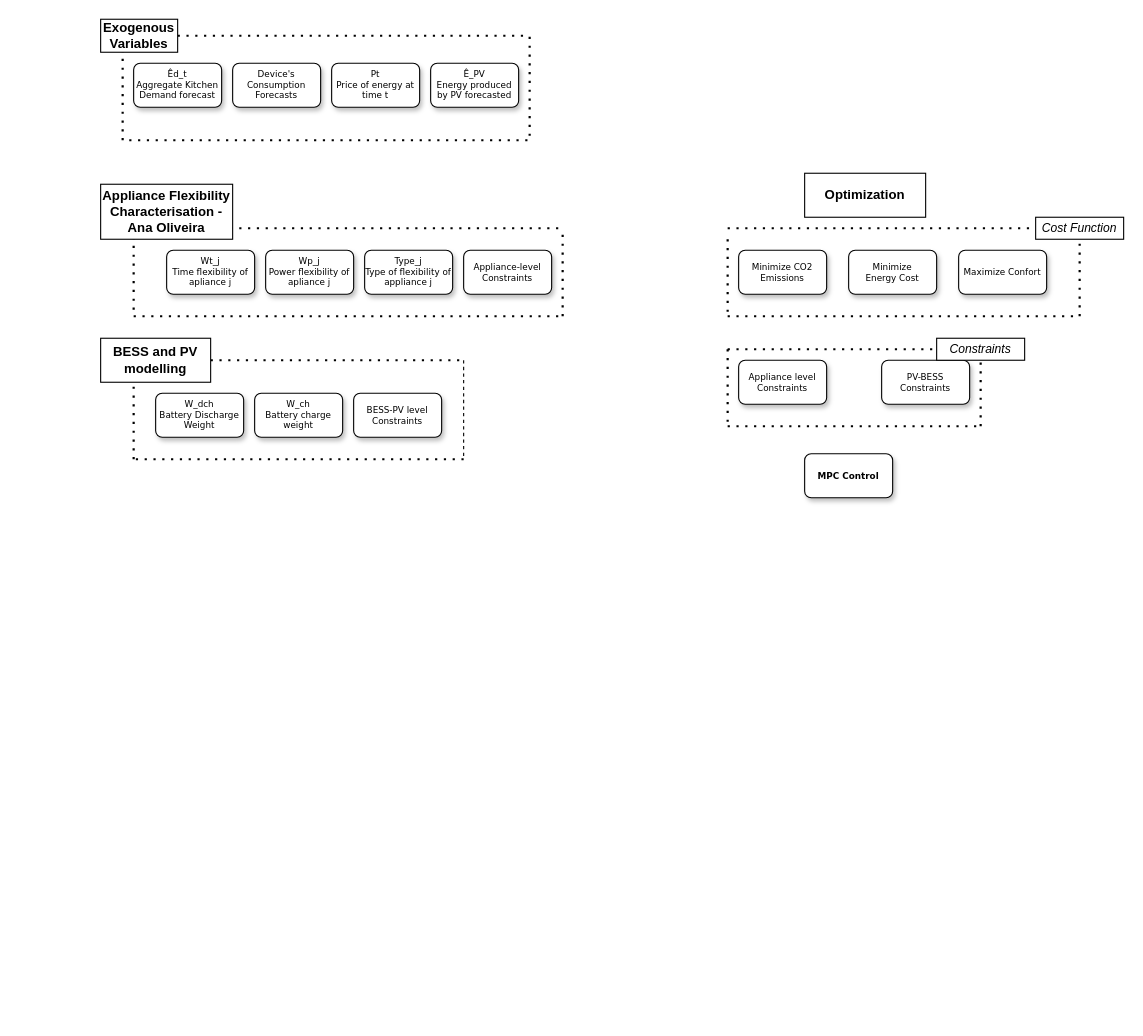
The draw.io diagram pic_methodologie.drawio in luistmartins/thesis_ik, before the edit. Source tidied: cells renumbered, new cells numbered last; positions are measured from the earlier drawing's top-left corner, leaving out a move shared by most shapes. Both pictures are drawn from the tidied source at 110%, with x=0, y=0 at pixel (100, 19).
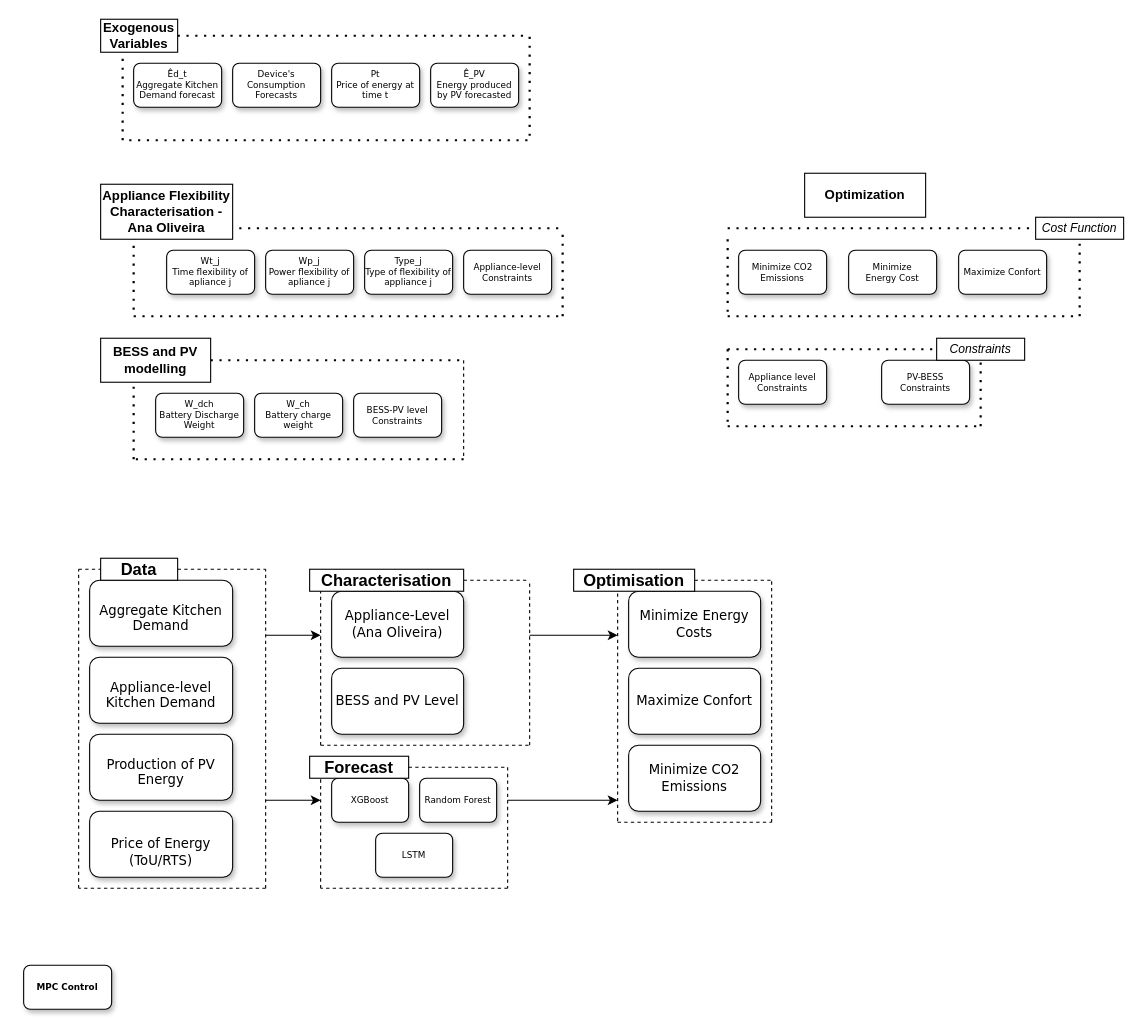
The same page after the edit.

What changed in the source:
```diff
@@
     <mxCell id="41" value="&lt;b&gt;MPC Control&lt;/b&gt;" style="rounded=1;whiteSpace=wrap;html=1;shadow=1;labelBackgroundColor=none;strokeWidth=1;fontFamily=Verdana;fontSize=8;align=center;" parent="1" vertex="1">
-      <mxGeometry x="640" y="395" width="80" height="40" as="geometry" />
+      <mxGeometry x="-70" y="860" width="80" height="40" as="geometry" />
     </mxCell>
@@
+    <mxCell id="45" value="&lt;br&gt;&lt;font style=&quot;font-size: 12px;&quot;&gt;Aggregate Kitchen Demand&lt;/font&gt;" style="rounded=1;whiteSpace=wrap;html=1;shadow=1;labelBackgroundColor=none;strokeWidth=1;fontFamily=Verdana;fontSize=8;align=center;" parent="1" vertex="1">
+      <mxGeometry x="-10" y="510" width="130" height="60" as="geometry" />
+    </mxCell>
+    <mxCell id="46" style="endArrow=none;dashed=1;html=1;rounded=0;" parent="1" edge="1" source="54">
+      <mxGeometry relative="1" as="geometry">
+        <mxPoint x="150" y="500" as="targetPoint" />
+      </mxGeometry>
+    </mxCell>
+    <mxCell id="47" value="&lt;br&gt;&lt;font style=&quot;font-size: 12px;&quot;&gt;Appliance-level Kitchen Demand&lt;/font&gt;" style="rounded=1;whiteSpace=wrap;html=1;shadow=1;labelBackgroundColor=none;strokeWidth=1;fontFamily=Verdana;fontSize=8;align=center;" parent="1" vertex="1">
+      <mxGeometry x="-10" y="580" width="130" height="60" as="geometry" />
+    </mxCell>
+    <mxCell id="48" value="&lt;br&gt;&lt;font style=&quot;font-size: 12px;&quot;&gt;Production of PV Energy&lt;/font&gt;" style="rounded=1;whiteSpace=wrap;html=1;shadow=1;labelBackgroundColor=none;strokeWidth=1;fontFamily=Verdana;fontSize=8;align=center;" parent="1" vertex="1">
+      <mxGeometry x="-10" y="650" width="130" height="60" as="geometry" />
+    </mxCell>
+    <mxCell id="49" value="&lt;font style=&quot;font-size: 12px;&quot;&gt;&lt;br&gt;Price of Energy&lt;/font&gt;&lt;div&gt;&lt;font style=&quot;font-size: 12px;&quot;&gt;(ToU&lt;span style=&quot;background-color: transparent; color: light-dark(rgb(0, 0, 0), rgb(255, 255, 255));&quot;&gt;/RTS)&lt;/span&gt;&lt;/font&gt;&lt;/div&gt;" style="rounded=1;whiteSpace=wrap;html=1;shadow=1;labelBackgroundColor=none;strokeWidth=1;fontFamily=Verdana;fontSize=8;align=center;" parent="1" vertex="1">
+      <mxGeometry x="-10" y="720" width="130" height="60" as="geometry" />
+    </mxCell>
+    <mxCell id="50" style="endArrow=none;dashed=1;html=1;rounded=0;" parent="1" edge="1">
+      <mxGeometry relative="1" as="geometry">
+        <mxPoint x="150" y="790" as="sourcePoint" />
+        <mxPoint x="150" y="500" as="targetPoint" />
+        <Array as="points">
+          <mxPoint x="150" y="640" />
+        </Array>
+      </mxGeometry>
+    </mxCell>
+    <mxCell id="51" style="endArrow=none;dashed=1;html=1;rounded=0;" parent="1" edge="1">
+      <mxGeometry relative="1" as="geometry">
+        <mxPoint x="150" y="790" as="sourcePoint" />
+        <mxPoint x="-20" y="790" as="targetPoint" />
+      </mxGeometry>
+    </mxCell>
+    <mxCell id="52" style="endArrow=none;dashed=1;html=1;rounded=0;" parent="1" edge="1">
+      <mxGeometry relative="1" as="geometry">
+        <mxPoint x="-20" y="790" as="sourcePoint" />
+        <mxPoint x="-20" y="500" as="targetPoint" />
+      </mxGeometry>
+    </mxCell>
+    <mxCell id="53" style="endArrow=none;dashed=1;html=1;rounded=0;" parent="1" edge="1" target="54">
+      <mxGeometry relative="1" as="geometry">
+        <mxPoint x="-20" y="500" as="sourcePoint" />
+      </mxGeometry>
+    </mxCell>
+    <mxCell id="54" value="&lt;font style=&quot;font-size: 15px;&quot;&gt;&lt;b&gt;Data&lt;/b&gt;&lt;/font&gt;" style="whiteSpace=wrap;html=1;" parent="1" vertex="1">
+      <mxGeometry y="490" width="70" height="20" as="geometry" />
+    </mxCell>
+    <mxCell id="55" value="&lt;font style=&quot;font-size: 12px;&quot;&gt;Appliance-Level&lt;/font&gt;&lt;div&gt;&lt;font style=&quot;font-size: 12px;&quot;&gt;(Ana Oliveira)&lt;/font&gt;&lt;/div&gt;" style="whiteSpace=wrap;html=1;fontSize=8;fontFamily=Verdana;rounded=1;shadow=1;labelBackgroundColor=none;strokeWidth=1;" parent="1" vertex="1">
+      <mxGeometry x="210" y="520" width="120" height="60" as="geometry" />
+    </mxCell>
+    <mxCell id="56" style="endArrow=none;dashed=1;html=1;rounded=0;exitX=1;exitY=0.5;exitDx=0;exitDy=0;" parent="1" edge="1" source="60">
+      <mxGeometry relative="1" as="geometry">
+        <mxPoint x="390" y="510" as="targetPoint" />
+      </mxGeometry>
+    </mxCell>
+    <mxCell id="57" style="endArrow=none;dashed=1;html=1;rounded=0;" parent="1" edge="1">
+      <mxGeometry relative="1" as="geometry">
+        <mxPoint x="200" y="660" as="sourcePoint" />
+        <mxPoint x="390" y="660" as="targetPoint" />
+      </mxGeometry>
+    </mxCell>
+    <mxCell id="58" style="endArrow=none;dashed=1;html=1;rounded=0;" parent="1" edge="1">
+      <mxGeometry relative="1" as="geometry">
+        <mxPoint x="390" y="660" as="sourcePoint" />
+        <mxPoint x="390" y="510" as="targetPoint" />
+      </mxGeometry>
+    </mxCell>
+    <mxCell id="59" style="endArrow=none;dashed=1;html=1;rounded=0;" parent="1" edge="1">
+      <mxGeometry relative="1" as="geometry">
+        <mxPoint x="200" y="660" as="sourcePoint" />
+        <mxPoint x="200" y="511" as="targetPoint" />
+      </mxGeometry>
+    </mxCell>
+    <mxCell id="60" value="&lt;font style=&quot;font-size: 15px;&quot;&gt;&lt;b&gt;Characterisation&lt;/b&gt;&lt;/font&gt;" style="whiteSpace=wrap;html=1;" parent="1" vertex="1">
+      <mxGeometry x="190" y="500" width="140" height="20" as="geometry" />
+    </mxCell>
+    <mxCell id="61" value="&lt;font style=&quot;font-size: 12px;&quot;&gt;Minimize Energy Costs&lt;/font&gt;" style="whiteSpace=wrap;html=1;fontSize=8;fontFamily=Verdana;rounded=1;shadow=1;labelBackgroundColor=none;strokeWidth=1;" parent="1" vertex="1">
+      <mxGeometry x="480" y="520" width="120" height="60" as="geometry" />
+    </mxCell>
+    <mxCell id="62" style="endArrow=none;dashed=1;html=1;rounded=0;" parent="1" edge="1">
+      <mxGeometry relative="1" as="geometry">
+        <mxPoint x="470" y="510" as="sourcePoint" />
+        <mxPoint x="470" y="730" as="targetPoint" />
+      </mxGeometry>
+    </mxCell>
+    <mxCell id="63" value="&lt;font style=&quot;font-size: 12px;&quot;&gt;Maximize Confort&lt;/font&gt;" style="whiteSpace=wrap;html=1;fontSize=8;fontFamily=Verdana;rounded=1;shadow=1;labelBackgroundColor=none;strokeWidth=1;" parent="1" vertex="1">
+      <mxGeometry x="480" y="590" width="120" height="60" as="geometry" />
+    </mxCell>
+    <mxCell id="64" value="&lt;font style=&quot;font-size: 12px;&quot;&gt;Minimize CO2 Emissions&lt;/font&gt;" style="whiteSpace=wrap;html=1;fontSize=8;fontFamily=Verdana;rounded=1;shadow=1;labelBackgroundColor=none;strokeWidth=1;" parent="1" vertex="1">
+      <mxGeometry x="480" y="660" width="120" height="60" as="geometry" />
+    </mxCell>
+    <mxCell id="65" style="endArrow=none;dashed=1;html=1;rounded=0;" parent="1" edge="1" source="69">
+      <mxGeometry relative="1" as="geometry">
+        <mxPoint x="610" y="510" as="targetPoint" />
+      </mxGeometry>
+    </mxCell>
+    <mxCell id="66" style="endArrow=none;dashed=1;html=1;rounded=0;" parent="1" edge="1">
+      <mxGeometry relative="1" as="geometry">
+        <mxPoint x="610" y="730" as="sourcePoint" />
+        <mxPoint x="610" y="510" as="targetPoint" />
+      </mxGeometry>
+    </mxCell>
+    <mxCell id="67" style="endArrow=none;dashed=1;html=1;rounded=0;" parent="1" edge="1">
+      <mxGeometry relative="1" as="geometry">
+        <mxPoint x="470" y="730" as="sourcePoint" />
+        <mxPoint x="610" y="730" as="targetPoint" />
+      </mxGeometry>
+    </mxCell>
+    <mxCell id="68" style="endArrow=none;dashed=1;html=1;rounded=0;" parent="1" edge="1" target="69">
+      <mxGeometry relative="1" as="geometry">
+        <mxPoint x="470" y="510" as="sourcePoint" />
+      </mxGeometry>
+    </mxCell>
+    <mxCell id="69" value="&lt;font style=&quot;font-size: 15px;&quot;&gt;&lt;b&gt;Optimisation&lt;/b&gt;&lt;/font&gt;" style="whiteSpace=wrap;html=1;" parent="1" vertex="1">
+      <mxGeometry x="430" y="500" width="110" height="20" as="geometry" />
+    </mxCell>
+    <mxCell id="70" style="endArrow=classic;html=1;rounded=0;" parent="1" edge="1">
+      <mxGeometry relative="1" as="geometry">
+        <mxPoint x="150" y="560" as="sourcePoint" />
+        <mxPoint x="200" y="560" as="targetPoint" />
+      </mxGeometry>
+    </mxCell>
+    <mxCell id="71" value="&lt;div&gt;XGBoost&lt;/div&gt;" style="whiteSpace=wrap;html=1;fontSize=8;fontFamily=Verdana;rounded=1;shadow=1;labelBackgroundColor=none;strokeWidth=1;" parent="1" vertex="1">
+      <mxGeometry x="210" y="690" width="70" height="40" as="geometry" />
+    </mxCell>
+    <mxCell id="72" style="endArrow=none;dashed=1;html=1;rounded=0;" parent="1" edge="1">
+      <mxGeometry relative="1" as="geometry">
+        <mxPoint x="200" y="790" as="sourcePoint" />
+        <mxPoint x="200" y="681" as="targetPoint" />
+      </mxGeometry>
+    </mxCell>
+    <mxCell id="73" value="&lt;font style=&quot;font-size: 15px;&quot;&gt;&lt;b&gt;Forecast&lt;/b&gt;&lt;/font&gt;" style="whiteSpace=wrap;html=1;" parent="1" vertex="1">
+      <mxGeometry x="190" y="670" width="90" height="20" as="geometry" />
+    </mxCell>
+    <mxCell id="74" value="&lt;div&gt;LSTM&lt;/div&gt;" style="whiteSpace=wrap;html=1;fontSize=8;fontFamily=Verdana;rounded=1;shadow=1;labelBackgroundColor=none;strokeWidth=1;" parent="1" vertex="1">
+      <mxGeometry x="250" y="740" width="70" height="40" as="geometry" />
+    </mxCell>
+    <mxCell id="75" value="&lt;div&gt;Random Forest&lt;/div&gt;" style="whiteSpace=wrap;html=1;fontSize=8;fontFamily=Verdana;rounded=1;shadow=1;labelBackgroundColor=none;strokeWidth=1;" parent="1" vertex="1">
+      <mxGeometry x="290" y="690" width="70" height="40" as="geometry" />
+    </mxCell>
+    <mxCell id="76" style="edgeStyle=orthogonalEdgeStyle;rounded=0;orthogonalLoop=1;jettySize=auto;html=1;exitX=0.5;exitY=1;exitDx=0;exitDy=0;" parent="1" edge="1" source="74" target="74">
+      <mxGeometry relative="1" as="geometry" />
+    </mxCell>
+    <mxCell id="77" style="endArrow=none;dashed=1;html=1;rounded=0;exitX=1;exitY=0.5;exitDx=0;exitDy=0;" parent="1" edge="1" source="73">
+      <mxGeometry relative="1" as="geometry">
+        <mxPoint x="370" y="680" as="targetPoint" />
+      </mxGeometry>
+    </mxCell>
+    <mxCell id="78" style="endArrow=none;dashed=1;html=1;rounded=0;" parent="1" edge="1">
+      <mxGeometry relative="1" as="geometry">
+        <mxPoint x="370" y="680" as="sourcePoint" />
+        <mxPoint x="370" y="790" as="targetPoint" />
+      </mxGeometry>
+    </mxCell>
+    <mxCell id="79" style="endArrow=none;dashed=1;html=1;rounded=0;" parent="1" edge="1">
+      <mxGeometry relative="1" as="geometry">
+        <mxPoint x="370" y="790" as="sourcePoint" />
+        <mxPoint x="200" y="790" as="targetPoint" />
+      </mxGeometry>
+    </mxCell>
+    <mxCell id="80" style="endArrow=classic;html=1;rounded=0;" parent="1" edge="1">
+      <mxGeometry relative="1" as="geometry">
+        <mxPoint x="150" y="710" as="sourcePoint" />
+        <mxPoint x="200" y="710" as="targetPoint" />
+      </mxGeometry>
+    </mxCell>
+    <mxCell id="81" style="endArrow=classic;html=1;rounded=0;" parent="1" edge="1">
+      <mxGeometry relative="1" as="geometry">
+        <mxPoint x="370" y="710" as="sourcePoint" />
+        <mxPoint x="470" y="710" as="targetPoint" />
+      </mxGeometry>
+    </mxCell>
+    <mxCell id="82" style="endArrow=none;dashed=1;html=1;rounded=0;" parent="1" edge="1" target="83">
+      <mxGeometry relative="1" as="geometry">
+        <mxPoint x="240" y="630" as="sourcePoint" />
+      </mxGeometry>
+    </mxCell>
+    <mxCell id="83" value="&lt;div&gt;&lt;font style=&quot;font-size: 12px;&quot;&gt;BESS and PV Level&lt;/font&gt;&lt;/div&gt;" style="whiteSpace=wrap;html=1;fontSize=8;fontFamily=Verdana;rounded=1;shadow=1;labelBackgroundColor=none;strokeWidth=1;" parent="1" vertex="1">
+      <mxGeometry x="210" y="590" width="120" height="60" as="geometry" />
+    </mxCell>
+    <mxCell id="84" style="endArrow=classic;html=1;rounded=0;" parent="1" edge="1">
+      <mxGeometry relative="1" as="geometry">
+        <mxPoint x="390" y="560" as="sourcePoint" />
+        <mxPoint x="470" y="560" as="targetPoint" />
+      </mxGeometry>
+    </mxCell>
```
